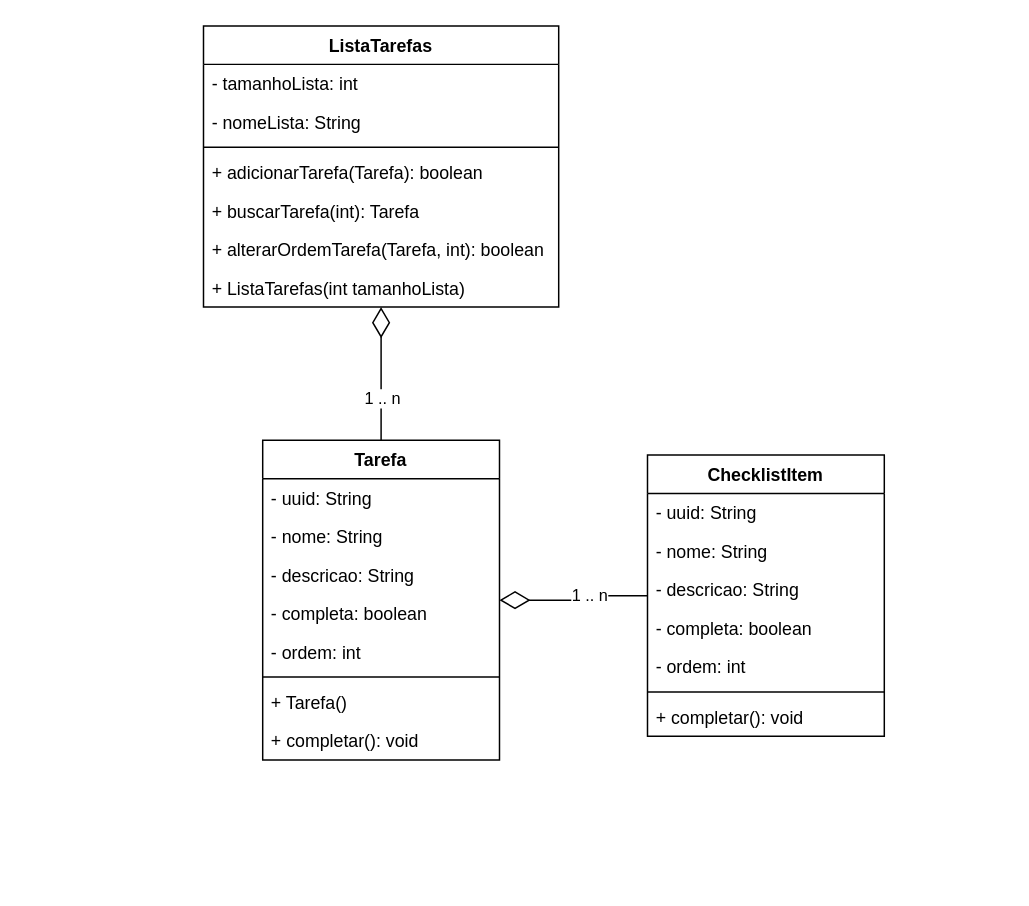
Earlier version of the draw.io diagram page "LIstaTarefa" (3 of 7) of diagramas.drawio (hannaBanannaOF/entra21-git-inicio). Source tidied: cells renumbered, new cells numbered last; positions are measured from the earlier drawing's top-left corner, leaving out a move shared by most shapes. Both pictures are drawn from the tidied source at 148%, with x=0, y=0 at pixel (203, 25).
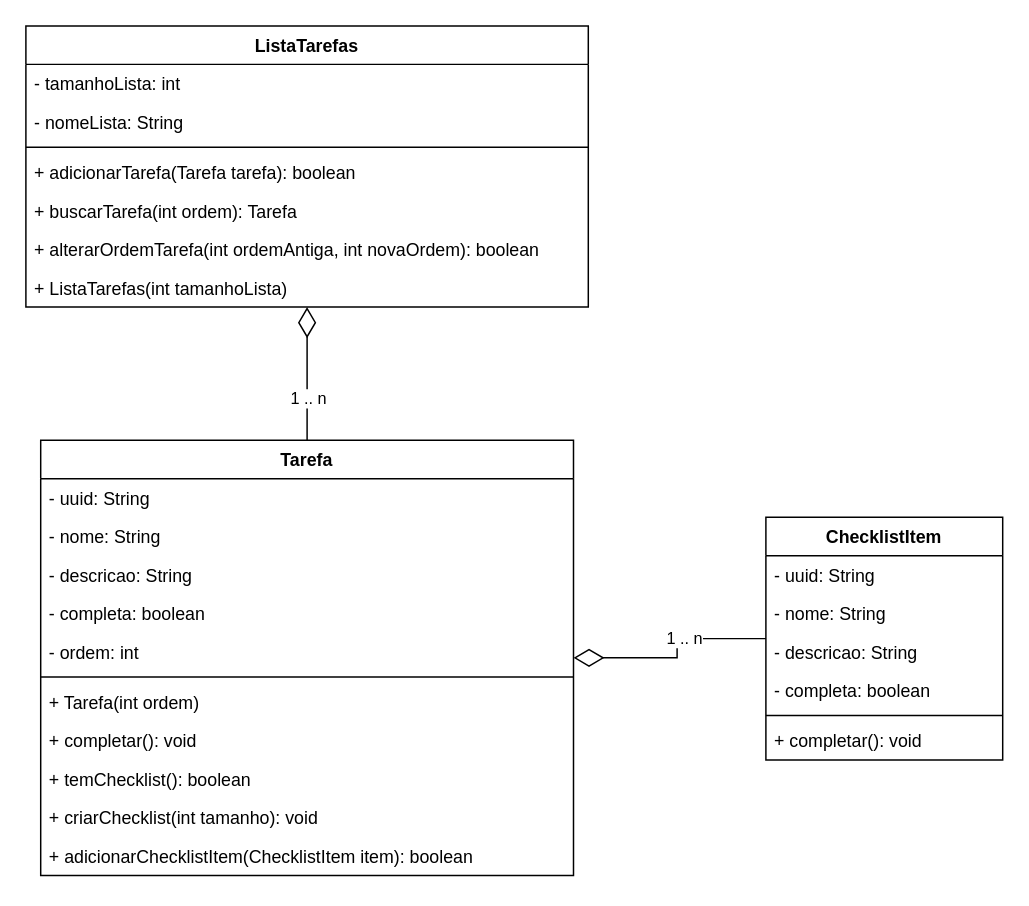
The same diagram, later.

Diff of the diagram source:
```diff
@@
     <mxCell id="2" value="Tarefa" style="swimlane;fontStyle=1;align=center;verticalAlign=top;horizontal=1;startSize=26;" parent="1" vertex="1">
-      <mxGeometry x="40" y="280" width="160" height="216" as="geometry" />
+      <mxGeometry x="-110" y="280" width="360" height="294" as="geometry" />
     </mxCell>
     <mxCell id="3" value="- uuid: String" style="text;strokeColor=none;fillColor=none;align=left;verticalAlign=top;spacingLeft=4;spacingRight=4;overflow=hidden;" parent="2" vertex="1">
-      <mxGeometry y="26" width="160" height="26" as="geometry" />
+      <mxGeometry y="26" width="360" height="26" as="geometry" />
     </mxCell>
     <mxCell id="4" value="- nome: String" style="text;strokeColor=none;fillColor=none;align=left;verticalAlign=top;spacingLeft=4;spacingRight=4;overflow=hidden;" parent="2" vertex="1">
-      <mxGeometry y="52" width="160" height="26" as="geometry" />
+      <mxGeometry y="52" width="360" height="26" as="geometry" />
     </mxCell>
     <mxCell id="5" value="- descricao: String" style="text;strokeColor=none;fillColor=none;align=left;verticalAlign=top;spacingLeft=4;spacingRight=4;overflow=hidden;" parent="2" vertex="1">
-      <mxGeometry y="78" width="160" height="26" as="geometry" />
+      <mxGeometry y="78" width="360" height="26" as="geometry" />
     </mxCell>
     <mxCell id="6" value="- completa: boolean" style="text;strokeColor=none;fillColor=none;align=left;verticalAlign=top;spacingLeft=4;spacingRight=4;overflow=hidden;" parent="2" vertex="1">
-      <mxGeometry y="104" width="160" height="26" as="geometry" />
+      <mxGeometry y="104" width="360" height="26" as="geometry" />
     </mxCell>
     <mxCell id="7" value="- ordem: int" style="text;strokeColor=none;fillColor=none;align=left;verticalAlign=top;spacingLeft=4;spacingRight=4;overflow=hidden;" parent="2" vertex="1">
-      <mxGeometry y="130" width="160" height="26" as="geometry" />
+      <mxGeometry y="130" width="360" height="26" as="geometry" />
     </mxCell>
     <mxCell id="8" style="line;strokeWidth=1;fillColor=none;align=left;verticalAlign=middle;spacingTop=-1;spacingLeft=3;spacingRight=3;labelPosition=right;" parent="2" vertex="1">
-      <mxGeometry y="156" width="160" height="8" as="geometry" />
+      <mxGeometry y="156" width="360" height="8" as="geometry" />
     </mxCell>
-    <mxCell id="9" value="+ Tarefa()" style="text;strokeColor=none;fillColor=none;align=left;verticalAlign=top;spacingLeft=4;spacingRight=4;overflow=hidden;" parent="2" vertex="1">
-      <mxGeometry y="164" width="160" height="26" as="geometry" />
+    <mxCell id="9" value="+ Tarefa(int ordem)" style="text;strokeColor=none;fillColor=none;align=left;verticalAlign=top;spacingLeft=4;spacingRight=4;overflow=hidden;" parent="2" vertex="1">
+      <mxGeometry y="164" width="360" height="26" as="geometry" />
     </mxCell>
+    <mxCell id="31" value="+ completar(): void" style="text;strokeColor=none;fillColor=none;align=left;verticalAlign=top;spacingLeft=4;spacingRight=4;overflow=hidden;" parent="2" vertex="1">
+      <mxGeometry y="190" width="360" height="26" as="geometry" />
+    </mxCell>
-    <mxCell id="10" value="+ completar(): void" style="text;strokeColor=none;fillColor=none;align=left;verticalAlign=top;spacingLeft=4;spacingRight=4;overflow=hidden;" parent="2" vertex="1">
-      <mxGeometry y="190" width="160" height="26" as="geometry" />
+    <mxCell id="10" value="+ temChecklist(): boolean" style="text;strokeColor=none;fillColor=none;align=left;verticalAlign=top;spacingLeft=4;spacingRight=4;overflow=hidden;" parent="2" vertex="1">
+      <mxGeometry y="216" width="360" height="26" as="geometry" />
     </mxCell>
+    <mxCell id="32" value="+ criarChecklist(int tamanho): void" style="text;strokeColor=none;fillColor=none;align=left;verticalAlign=top;spacingLeft=4;spacingRight=4;overflow=hidden;" parent="2" vertex="1">
+      <mxGeometry y="242" width="360" height="26" as="geometry" />
+    </mxCell>
+    <mxCell id="33" value="+ adicionarChecklistItem(ChecklistItem item): boolean" style="text;strokeColor=none;fillColor=none;align=left;verticalAlign=top;spacingLeft=4;spacingRight=4;overflow=hidden;" parent="2" vertex="1">
+      <mxGeometry y="268" width="360" height="26" as="geometry" />
+    </mxCell>
@@
     <mxCell id="13" value="ListaTarefas" style="swimlane;fontStyle=1;align=center;verticalAlign=top;horizontal=1;startSize=26;" parent="1" vertex="1">
-      <mxGeometry width="240" height="190" as="geometry" />
+      <mxGeometry x="-120" width="380" height="190" as="geometry" />
     </mxCell>
     <mxCell id="14" value="- tamanhoLista: int" style="text;strokeColor=none;fillColor=none;align=left;verticalAlign=top;spacingLeft=4;spacingRight=4;overflow=hidden;" parent="13" vertex="1">
-      <mxGeometry y="26" width="240" height="26" as="geometry" />
+      <mxGeometry y="26" width="380" height="26" as="geometry" />
     </mxCell>
     <mxCell id="15" value="- nomeLista: String" style="text;strokeColor=none;fillColor=none;align=left;verticalAlign=top;spacingLeft=4;spacingRight=4;overflow=hidden;" parent="13" vertex="1">
-      <mxGeometry y="52" width="240" height="26" as="geometry" />
+      <mxGeometry y="52" width="380" height="26" as="geometry" />
     </mxCell>
     <mxCell id="16" style="line;strokeWidth=1;fillColor=none;align=left;verticalAlign=middle;spacingTop=-1;spacingLeft=3;spacingRight=3;labelPosition=right;" parent="13" vertex="1">
-      <mxGeometry y="78" width="240" height="8" as="geometry" />
+      <mxGeometry y="78" width="380" height="8" as="geometry" />
     </mxCell>
-    <mxCell id="17" value="+ adicionarTarefa(Tarefa): boolean" style="text;strokeColor=none;fillColor=none;align=left;verticalAlign=top;spacingLeft=4;spacingRight=4;overflow=hidden;" parent="13" vertex="1">
-      <mxGeometry y="86" width="240" height="26" as="geometry" />
+    <mxCell id="17" value="+ adicionarTarefa(Tarefa tarefa): boolean" style="text;strokeColor=none;fillColor=none;align=left;verticalAlign=top;spacingLeft=4;spacingRight=4;overflow=hidden;" parent="13" vertex="1">
+      <mxGeometry y="86" width="380" height="26" as="geometry" />
     </mxCell>
-    <mxCell id="18" value="+ buscarTarefa(int): Tarefa" style="text;strokeColor=none;fillColor=none;align=left;verticalAlign=top;spacingLeft=4;spacingRight=4;overflow=hidden;" parent="13" vertex="1">
-      <mxGeometry y="112" width="240" height="26" as="geometry" />
+    <mxCell id="18" value="+ buscarTarefa(int ordem): Tarefa" style="text;strokeColor=none;fillColor=none;align=left;verticalAlign=top;spacingLeft=4;spacingRight=4;overflow=hidden;" parent="13" vertex="1">
+      <mxGeometry y="112" width="380" height="26" as="geometry" />
     </mxCell>
-    <mxCell id="19" value="+ alterarOrdemTarefa(Tarefa, int): boolean" style="text;strokeColor=none;fillColor=none;align=left;verticalAlign=top;spacingLeft=4;spacingRight=4;overflow=hidden;" parent="13" vertex="1">
-      <mxGeometry y="138" width="240" height="26" as="geometry" />
+    <mxCell id="19" value="+ alterarOrdemTarefa(int ordemAntiga, int novaOrdem): boolean" style="text;strokeColor=none;fillColor=none;align=left;verticalAlign=top;spacingLeft=4;spacingRight=4;overflow=hidden;" parent="13" vertex="1">
+      <mxGeometry y="138" width="380" height="26" as="geometry" />
     </mxCell>
     <mxCell id="20" value="+ ListaTarefas(int tamanhoLista)" style="text;strokeColor=none;fillColor=none;align=left;verticalAlign=top;spacingLeft=4;spacingRight=4;overflow=hidden;" parent="13" vertex="1">
-      <mxGeometry y="164" width="240" height="26" as="geometry" />
+      <mxGeometry y="164" width="380" height="26" as="geometry" />
     </mxCell>
@@
     <mxCell id="23" value="ChecklistItem" style="swimlane;fontStyle=1;align=center;verticalAlign=top;horizontal=1;startSize=26;" parent="1" vertex="1">
-      <mxGeometry x="300" y="290" width="160" height="190" as="geometry" />
+      <mxGeometry x="380" y="332" width="160" height="164" as="geometry" />
     </mxCell>
@@
-    <mxCell id="28" value="- ordem: int" style="text;strokeColor=none;fillColor=none;align=left;verticalAlign=top;spacingLeft=4;spacingRight=4;overflow=hidden;" parent="23" vertex="1">
-      <mxGeometry y="130" width="160" height="26" as="geometry" />
-    </mxCell>
     <mxCell id="29" style="line;strokeWidth=1;fillColor=none;align=left;verticalAlign=middle;spacingTop=-1;spacingLeft=3;spacingRight=3;labelPosition=right;" parent="23" vertex="1">
-      <mxGeometry y="156" width="160" height="8" as="geometry" />
+      <mxGeometry y="130" width="160" height="8" as="geometry" />
     </mxCell>
     <mxCell id="30" value="+ completar(): void" style="text;strokeColor=none;fillColor=none;align=left;verticalAlign=top;spacingLeft=4;spacingRight=4;overflow=hidden;" parent="23" vertex="1">
-      <mxGeometry y="164" width="160" height="26" as="geometry" />
+      <mxGeometry y="138" width="160" height="26" as="geometry" />
     </mxCell>
```
